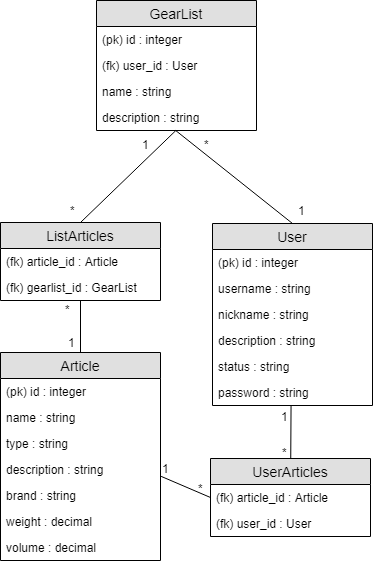
juhakaup/ReissuReppu keeps this draw.io diagram as documents/tsoha.png. Above is the earlier version. Source tidied: cells renumbered, new cells last; positions are measured from the earlier drawing's top-left corner, leaving out a move shared by most shapes.
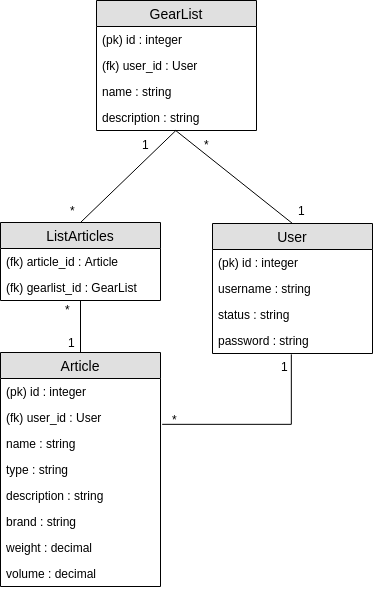
Later version of the same file.

What changed in the source:
```diff
@@ -6,28 +6,31 @@
       <mxGeometry relative="1" as="geometry" />
     </mxCell>
     <mxCell id="3" value="Article" style="swimlane;fontStyle=0;horizontal=1;startSize=26;fillColor=#e0e0e0;swimlaneFillColor=#ffffff;align=center;fontSize=14;" parent="1" vertex="1">
-      <mxGeometry y="352" width="160" height="208" as="geometry" />
+      <mxGeometry y="352" width="160" height="234" as="geometry" />
     </mxCell>
     <mxCell id="4" value="(pk) id : integer" style="text;strokeColor=none;fillColor=none;spacingLeft=4;spacingRight=4;overflow=hidden;fontSize=12;" parent="3" vertex="1">
       <mxGeometry y="26" width="160" height="26" as="geometry" />
     </mxCell>
+    <mxCell id="39" value="(fk) user_id : User" style="text;strokeColor=none;fillColor=none;spacingLeft=4;spacingRight=4;overflow=hidden;points=[[0,0.5],[1,0.5]];portConstraint=eastwest;fontSize=12;" parent="3" vertex="1">
+      <mxGeometry y="52" width="160" height="26" as="geometry" />
+    </mxCell>
     <mxCell id="5" value="name : string" style="text;strokeColor=none;fillColor=none;spacingLeft=4;spacingRight=4;overflow=hidden;fontSize=12;" parent="3" vertex="1">
-      <mxGeometry y="52" width="160" height="26" as="geometry" />
+      <mxGeometry y="78" width="160" height="26" as="geometry" />
     </mxCell>
     <mxCell id="6" value="type : string" style="text;strokeColor=none;fillColor=none;spacingLeft=4;spacingRight=4;overflow=hidden;fontSize=12;" parent="3" vertex="1">
-      <mxGeometry y="78" width="160" height="26" as="geometry" />
+      <mxGeometry y="104" width="160" height="26" as="geometry" />
     </mxCell>
     <mxCell id="7" value="description : string" style="text;strokeColor=none;fillColor=none;spacingLeft=4;spacingRight=4;overflow=hidden;points=[[0,0.5],[1,0.5]];portConstraint=eastwest;fontSize=12;" parent="3" vertex="1">
-      <mxGeometry y="104" width="160" height="26" as="geometry" />
+      <mxGeometry y="130" width="160" height="26" as="geometry" />
     </mxCell>
     <mxCell id="8" value="brand : string" style="text;strokeColor=none;fillColor=none;spacingLeft=4;spacingRight=4;overflow=hidden;fontSize=12;" parent="3" vertex="1">
-      <mxGeometry y="130" width="160" height="26" as="geometry" />
+      <mxGeometry y="156" width="160" height="26" as="geometry" />
     </mxCell>
     <mxCell id="9" value="weight : decimal" style="text;strokeColor=none;fillColor=none;spacingLeft=4;spacingRight=4;overflow=hidden;fontSize=12;" parent="3" vertex="1">
-      <mxGeometry y="156" width="160" height="26" as="geometry" />
+      <mxGeometry y="182" width="160" height="26" as="geometry" />
     </mxCell>
     <mxCell id="10" value="volume : decimal" style="text;strokeColor=none;fillColor=none;spacingLeft=4;spacingRight=4;overflow=hidden;fontSize=12;" parent="3" vertex="1">
-      <mxGeometry y="182" width="160" height="26" as="geometry" />
+      <mxGeometry y="208" width="160" height="26" as="geometry" />
     </mxCell>
     <mxCell id="11" value="GearList" style="swimlane;fontStyle=0;horizontal=1;startSize=26;fillColor=#e0e0e0;swimlaneFillColor=#ffffff;align=center;fontSize=14;" parent="1" vertex="1">
       <mxGeometry x="96" width="160" height="130" as="geometry" />
@@ -48,7 +51,7 @@
       <mxGeometry relative="1" as="geometry" />
     </mxCell>
     <mxCell id="17" value="User" style="swimlane;fontStyle=0;horizontal=1;startSize=26;fillColor=#e0e0e0;swimlaneFillColor=#ffffff;align=center;fontSize=14;" parent="1" vertex="1">
-      <mxGeometry x="212" y="223" width="160" height="182" as="geometry" />
+      <mxGeometry x="212" y="223" width="160" height="130" as="geometry" />
     </mxCell>
     <mxCell id="18" value="(pk) id : integer" style="text;strokeColor=none;fillColor=none;spacingLeft=4;spacingRight=4;overflow=hidden;fontSize=12;" parent="17" vertex="1">
       <mxGeometry y="26" width="160" height="26" as="geometry" />
@@ -56,20 +59,18 @@
     <mxCell id="19" value="username : string" style="text;strokeColor=none;fillColor=none;spacingLeft=4;spacingRight=4;overflow=hidden;fontSize=12;" parent="17" vertex="1">
       <mxGeometry y="52" width="160" height="26" as="geometry" />
     </mxCell>
-    <mxCell id="20" value="nickname : string" style="text;strokeColor=none;fillColor=none;spacingLeft=4;spacingRight=4;overflow=hidden;fontSize=12;" parent="17" vertex="1">
-      <mxGeometry y="78" width="160" height="26" as="geometry" />
-    </mxCell>
-    <mxCell id="21" value="description : string" style="text;strokeColor=none;fillColor=none;spacingLeft=4;spacingRight=4;overflow=hidden;fontSize=12;" parent="17" vertex="1">
-      <mxGeometry y="104" width="160" height="26" as="geometry" />
-    </mxCell>
     <mxCell id="22" value="status : string" style="text;strokeColor=none;fillColor=none;spacingLeft=4;spacingRight=4;overflow=hidden;fontSize=12;" parent="17" vertex="1">
-      <mxGeometry y="130" width="160" height="26" as="geometry" />
+      <mxGeometry y="78" width="160" height="26" as="geometry" />
     </mxCell>
     <mxCell id="23" value="password : string" style="text;strokeColor=none;fillColor=none;spacingLeft=4;spacingRight=4;overflow=hidden;points=[[0,0.5],[1,0.5]];portConstraint=eastwest;fontSize=12;" parent="17" vertex="1">
-      <mxGeometry y="156" width="160" height="26" as="geometry" />
+      <mxGeometry y="104" width="160" height="26" as="geometry" />
     </mxCell>
-    <mxCell id="24" style="edgeStyle=none;rounded=0;jettySize=auto;html=1;entryX=0.491;entryY=1.02;entryDx=0;entryDy=0;endArrow=none;endFill=0;entryPerimeter=0;" parent="1" edge="1" source="37" target="23">
-      <mxGeometry relative="1" as="geometry" />
+    <mxCell id="24" style="edgeStyle=orthogonalEdgeStyle;rounded=0;jettySize=auto;html=1;entryX=0.491;entryY=1.02;entryDx=0;entryDy=0;endArrow=none;endFill=0;entryPerimeter=0;exitX=1.01;exitY=0.763;exitDx=0;exitDy=0;exitPerimeter=0;" parent="1" edge="1" source="39" target="23">
+      <mxGeometry relative="1" as="geometry">
+        <Array as="points">
+          <mxPoint x="291" y="424" />
+        </Array>
+      </mxGeometry>
     </mxCell>
     <mxCell id="25" value="1" style="text;html=1;align=left;verticalAlign=top;spacingTop=-4;" parent="1" vertex="1">
       <mxGeometry x="296" y="201" width="20" height="20" as="geometry" />
@@ -78,7 +79,7 @@
       <mxGeometry x="202" y="135" width="20" height="20" as="geometry" />
     </mxCell>
     <mxCell id="27" value="*" style="text;html=1;align=left;verticalAlign=top;spacingTop=-4;" parent="1" vertex="1">
-      <mxGeometry x="280" y="443" width="20" height="20" as="geometry" />
+      <mxGeometry x="170" y="410" width="20" height="20" as="geometry" />
     </mxCell>
     <mxCell id="28" value="1" style="text;html=1;align=left;verticalAlign=top;spacingTop=-4;" parent="1" vertex="1">
       <mxGeometry x="66" y="333" width="20" height="20" as="geometry" />
@@ -107,26 +108,8 @@
     <mxCell id="36" value="*" style="text;html=1;align=left;verticalAlign=top;spacingTop=-4;" parent="1" vertex="1">
       <mxGeometry x="63" y="300" width="20" height="20" as="geometry" />
     </mxCell>
-    <mxCell id="37" value="UserArticles" style="swimlane;fontStyle=0;horizontal=1;startSize=26;fillColor=#e0e0e0;swimlaneFillColor=#ffffff;align=center;fontSize=14;" parent="1" vertex="1">
-      <mxGeometry x="210" y="458" width="160" height="78" as="geometry" />
-    </mxCell>
-    <mxCell id="38" value="(fk) article_id : Article" style="text;strokeColor=none;fillColor=none;spacingLeft=4;spacingRight=4;overflow=hidden;fontSize=12;" parent="37" vertex="1">
-      <mxGeometry y="26" width="160" height="26" as="geometry" />
-    </mxCell>
-    <mxCell id="39" value="(fk) user_id : User" style="text;strokeColor=none;fillColor=none;spacingLeft=4;spacingRight=4;overflow=hidden;points=[[0,0.5],[1,0.5]];portConstraint=eastwest;fontSize=12;" parent="37" vertex="1">
-      <mxGeometry y="52" width="160" height="26" as="geometry" />
-    </mxCell>
-    <mxCell id="40" style="edgeStyle=none;rounded=0;jettySize=auto;html=1;exitX=1.004;exitY=0.764;exitDx=0;exitDy=0;entryX=0;entryY=0.5;entryDx=0;entryDy=0;endArrow=none;endFill=0;exitPerimeter=0;" parent="1" edge="1" source="7" target="37">
-      <mxGeometry relative="1" as="geometry" />
-    </mxCell>
     <mxCell id="41" value="1" style="text;html=1;align=left;verticalAlign=top;spacingTop=-4;" parent="1" vertex="1">
-      <mxGeometry x="279" y="407" width="20" height="20" as="geometry" />
+      <mxGeometry x="279" y="357" width="20" height="20" as="geometry" />
     </mxCell>
-    <mxCell id="42" value="1" style="text;html=1;align=left;verticalAlign=top;spacingTop=-4;" parent="1" vertex="1">
-      <mxGeometry x="160" y="459" width="20" height="20" as="geometry" />
-    </mxCell>
-    <mxCell id="43" value="*" style="text;html=1;align=left;verticalAlign=top;spacingTop=-4;" parent="1" vertex="1">
-      <mxGeometry x="196" y="479" width="20" height="20" as="geometry" />
-    </mxCell>
   </root>
 </mxGraphModel>
```
